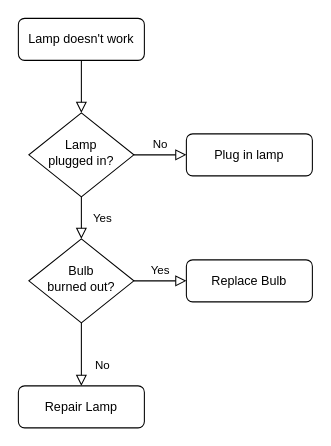
The draw.io diagram Untitled Diagram.drawio in biizheng/buildos, before the edit. Source tidied: cells renumbered, new cells numbered last; positions are measured from the earlier drawing's top-left corner, leaving out a move shared by most shapes. Both pictures are drawn from the tidied source at 105%, with x=0, y=0 at pixel (18, 18).
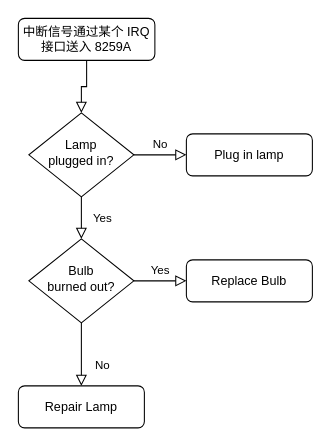
The same diagram, later.

What changed in the source:
```diff
@@
 <mxGraphModel>
   <root>
     <mxCell id="0" />
     <mxCell id="1" parent="0" />
     <mxCell id="2" style="rounded=0;html=1;jettySize=auto;fontSize=11;endArrow=block;endFill=0;endSize=8;strokeWidth=1;shadow=0;labelBackgroundColor=none;edgeStyle=orthogonalEdgeStyle;" parent="1" edge="1" source="3" target="6">
       <mxGeometry relative="1" as="geometry" />
     </mxCell>
-    <mxCell id="3" value="Lamp doesn't work" style="rounded=1;whiteSpace=wrap;html=1;fontSize=12;glass=0;strokeWidth=1;shadow=0;" parent="1" vertex="1">
-      <mxGeometry width="120" height="40" as="geometry" />
+    <mxCell id="3" value="&lt;div&gt;中断信号通过某个 I&lt;span&gt;RQ 接口送入 8259A&lt;/span&gt;&lt;/div&gt;" style="rounded=1;whiteSpace=wrap;html=1;fontSize=12;glass=0;strokeWidth=1;shadow=0;" parent="1" vertex="1">
+      <mxGeometry width="130" height="40" as="geometry" />
     </mxCell>
     <mxCell id="4" value="Yes" style="rounded=0;html=1;jettySize=auto;fontSize=11;endArrow=block;endFill=0;endSize=8;strokeWidth=1;shadow=0;labelBackgroundColor=none;edgeStyle=orthogonalEdgeStyle;" parent="1" edge="1" source="6" target="10">
       <mxGeometry y="20" relative="1" as="geometry" />
     </mxCell>
     <mxCell id="5" value="No" style="edgeStyle=orthogonalEdgeStyle;rounded=0;html=1;jettySize=auto;fontSize=11;endArrow=block;endFill=0;endSize=8;strokeWidth=1;shadow=0;labelBackgroundColor=none;" parent="1" edge="1" source="6" target="7">
       <mxGeometry y="10" relative="1" as="geometry" />
     </mxCell>
     <mxCell id="6" value="Lamp&lt;br&gt;plugged in?" style="rhombus;whiteSpace=wrap;html=1;shadow=0;fontFamily=Helvetica;fontSize=12;align=center;strokeWidth=1;spacing=6;spacingTop=-4;" parent="1" vertex="1">
       <mxGeometry x="10" y="90" width="100" height="80" as="geometry" />
     </mxCell>
     <mxCell id="7" value="Plug in lamp" style="rounded=1;whiteSpace=wrap;html=1;fontSize=12;glass=0;strokeWidth=1;shadow=0;" parent="1" vertex="1">
       <mxGeometry x="160" y="110" width="120" height="40" as="geometry" />
     </mxCell>
     <mxCell id="8" value="No" style="rounded=0;html=1;jettySize=auto;fontSize=11;endArrow=block;endFill=0;endSize=8;strokeWidth=1;shadow=0;labelBackgroundColor=none;edgeStyle=orthogonalEdgeStyle;" parent="1" edge="1" source="10" target="11">
       <mxGeometry x="0.33" y="20" relative="1" as="geometry" />
     </mxCell>
     <mxCell id="9" value="Yes" style="edgeStyle=orthogonalEdgeStyle;rounded=0;html=1;jettySize=auto;fontSize=11;endArrow=block;endFill=0;endSize=8;strokeWidth=1;shadow=0;labelBackgroundColor=none;" parent="1" edge="1" source="10" target="12">
       <mxGeometry y="10" relative="1" as="geometry" />
     </mxCell>
     <mxCell id="10" value="Bulb&lt;br&gt;burned out?" style="rhombus;whiteSpace=wrap;html=1;shadow=0;fontFamily=Helvetica;fontSize=12;align=center;strokeWidth=1;spacing=6;spacingTop=-4;" parent="1" vertex="1">
       <mxGeometry x="10" y="210" width="100" height="80" as="geometry" />
     </mxCell>
     <mxCell id="11" value="Repair Lamp" style="rounded=1;whiteSpace=wrap;html=1;fontSize=12;glass=0;strokeWidth=1;shadow=0;" parent="1" vertex="1">
       <mxGeometry y="350" width="120" height="40" as="geometry" />
     </mxCell>
     <mxCell id="12" value="Replace Bulb" style="rounded=1;whiteSpace=wrap;html=1;fontSize=12;glass=0;strokeWidth=1;shadow=0;" parent="1" vertex="1">
       <mxGeometry x="160" y="230" width="120" height="40" as="geometry" />
     </mxCell>
   </root>
 </mxGraphModel>
```
